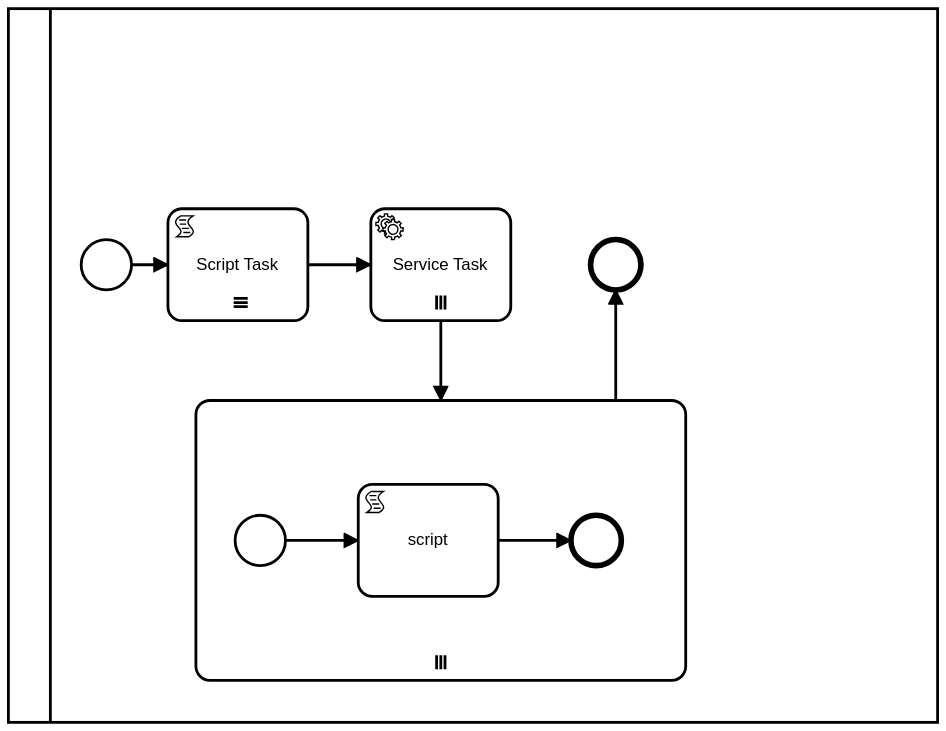
bpmnServer/bpmn-web keeps this BPMN diagram as processes/loop.svg. Above is the earlier version. Its source is kept beside it as processes/loop.bpmn. Ids are renumbered.
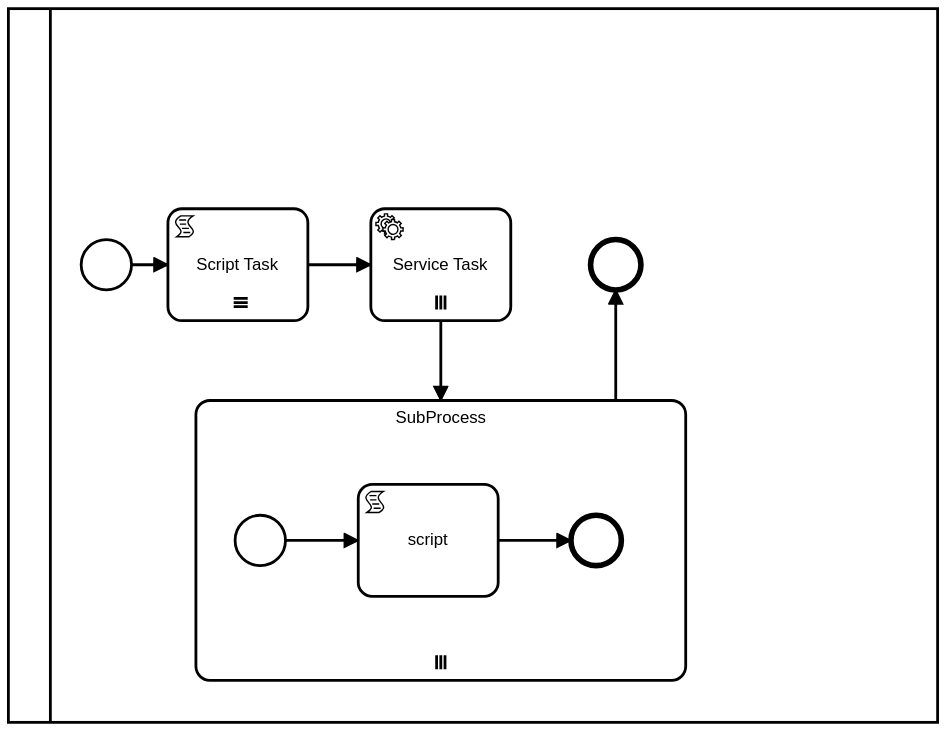
The same file after the commit.

What changed in the source:
```diff
@@ -20,7 +20,7 @@
       <bpmn:multiInstanceLoopCharacteristics isSequential="true" camunda:collection="$(item.data.records)" />
       <bpmn:script>this.log('this is a script task');</bpmn:script>
     </bpmn:scriptTask>
-    <bpmn:serviceTask id="service_task" name="Service Task" implementation="service1" camunda:delegateExpression="service1">
+    <bpmn:serviceTask id="service_task" name="Service Task" implementation="service1" camunda:delegateExpression="service">
       <bpmn:incoming>Flow_n7</bpmn:incoming>
       <bpmn:outgoing>Flow_n8</bpmn:outgoing>
       <bpmn:multiInstanceLoopCharacteristics camunda:collection="$(this.data.records)" />
@@ -28,13 +28,13 @@
     <bpmn:endEvent id="Event_n9">
       <bpmn:incoming>Flow_n10</bpmn:incoming>
     </bpmn:endEvent>
-    <bpmn:sequenceFlow id="Flow_n8" sourceRef="service_task" targetRef="Activity_n11" />
+    <bpmn:sequenceFlow id="Flow_n8" sourceRef="service_task" targetRef="SubProcess" />
     <bpmn:sequenceFlow id="Flow_n7" sourceRef="script_task" targetRef="service_task" />
     <bpmn:sequenceFlow id="Flow_n6" sourceRef="StartEvent_n5" targetRef="script_task" />
-    <bpmn:subProcess id="Activity_n11">
+    <bpmn:subProcess id="SubProcess" name="SubProcess">
       <bpmn:incoming>Flow_n8</bpmn:incoming>
       <bpmn:outgoing>Flow_n10</bpmn:outgoing>
-      <bpmn:multiInstanceLoopCharacteristics camunda:collection="[1,2,3]" />
+      <bpmn:multiInstanceLoopCharacteristics camunda:collection="[&#39;A&#39;,&#39;B&#39;,&#39;C&#39;]" />
       <bpmn:startEvent id="Event_n12">
         <bpmn:outgoing>Flow_n13</bpmn:outgoing>
       </bpmn:startEvent>
@@ -48,18 +48,22 @@
         <bpmn:outgoing>Flow_n16</bpmn:outgoing>
       </bpmn:scriptTask>
     </bpmn:subProcess>
-    <bpmn:sequenceFlow id="Flow_n10" sourceRef="Activity_n11" targetRef="Event_n9" />
+    <bpmn:sequenceFlow id="Flow_n10" sourceRef="SubProcess" targetRef="Event_n9" />
   </bpmn:process>
   <bpmndi:BPMNDiagram id="BPMNDiagram_1">
     <bpmndi:BPMNPlane id="BPMNPlane_1" bpmnElement="Collaboration_n2">
       <bpmndi:BPMNShape id="Participant_n3_di" bpmnElement="Participant_n3" isHorizontal="true">
         <dc:Bounds x="180" y="0" width="664" height="510" />
       </bpmndi:BPMNShape>
-      <bpmndi:BPMNEdge id="Flow_n8_di" bpmnElement="Flow_n8">
-        <di:waypoint x="489" y="223" />
-        <di:waypoint x="489" y="280" />
+      <bpmndi:BPMNEdge id="Flow_n10_di" bpmnElement="Flow_n10">
+        <di:waypoint x="614" y="280" />
+        <di:waypoint x="614" y="201" />
+      </bpmndi:BPMNEdge>
+      <bpmndi:BPMNEdge id="Flow_n6_di" bpmnElement="Flow_n6">
+        <di:waypoint x="268" y="183" />
+        <di:waypoint x="294" y="183" />
         <bpmndi:BPMNLabel>
-          <dc:Bounds x="498.5" y="129" width="90" height="20" />
+          <dc:Bounds x="212" y="129" width="90" height="20" />
         </bpmndi:BPMNLabel>
       </bpmndi:BPMNEdge>
       <bpmndi:BPMNEdge id="Flow_n7_di" bpmnElement="Flow_n7">
@@ -71,16 +75,12 @@
           <dc:Bounds x="365" y="144" width="90" height="20" />
         </bpmndi:BPMNLabel>
       </bpmndi:BPMNEdge>
-      <bpmndi:BPMNEdge id="Flow_n6_di" bpmnElement="Flow_n6">
-        <di:waypoint x="268" y="183" />
-        <di:waypoint x="294" y="183" />
+      <bpmndi:BPMNEdge id="Flow_n8_di" bpmnElement="Flow_n8">
+        <di:waypoint x="489" y="223" />
+        <di:waypoint x="489" y="280" />
         <bpmndi:BPMNLabel>
-          <dc:Bounds x="212" y="129" width="90" height="20" />
+          <dc:Bounds x="498.5" y="129" width="90" height="20" />
         </bpmndi:BPMNLabel>
-      </bpmndi:BPMNEdge>
-      <bpmndi:BPMNEdge id="Flow_n10_di" bpmnElement="Flow_n10">
-        <di:waypoint x="614" y="280" />
-        <di:waypoint x="614" y="201" />
       </bpmndi:BPMNEdge>
       <bpmndi:BPMNShape id="_BPMNShape_StartEvent_2" bpmnElement="StartEvent_n5">
         <dc:Bounds x="232" y="165" width="36" height="36" />
@@ -100,16 +100,16 @@
           <dc:Bounds x="545" y="172" width="90" height="20" />
         </bpmndi:BPMNLabel>
       </bpmndi:BPMNShape>
-      <bpmndi:BPMNShape id="Activity_n11_di" bpmnElement="Activity_n11" isExpanded="true">
+      <bpmndi:BPMNShape id="Activity_n11_di" bpmnElement="SubProcess" isExpanded="true">
         <dc:Bounds x="314" y="280" width="350" height="200" />
       </bpmndi:BPMNShape>
+      <bpmndi:BPMNEdge id="Flow_n16_di" bpmnElement="Flow_n16">
+        <di:waypoint x="530" y="380" />
+        <di:waypoint x="582" y="380" />
+      </bpmndi:BPMNEdge>
       <bpmndi:BPMNEdge id="Flow_n13_di" bpmnElement="Flow_n13">
         <di:waypoint x="378" y="380" />
         <di:waypoint x="430" y="380" />
-      </bpmndi:BPMNEdge>
-      <bpmndi:BPMNEdge id="Flow_n16_di" bpmnElement="Flow_n16">
-        <di:waypoint x="530" y="380" />
-        <di:waypoint x="582" y="380" />
       </bpmndi:BPMNEdge>
       <bpmndi:BPMNShape id="Event_n12_di" bpmnElement="Event_n12">
         <dc:Bounds x="342" y="362" width="36" height="36" />
```
